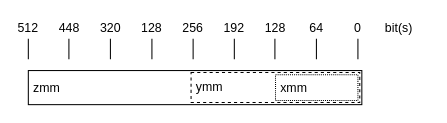
The draw.io diagram docs/assets/images/xmm-ymm-zmm.drawio in heig-tin-info/handbook, before the edit. Source tidied: cells renumbered, new cells numbered last; positions are measured from the earlier drawing's top-left corner, leaving out a move shared by most shapes. Both pictures are drawn from the tidied source at 103%, with x=0, y=0 at pixel (18, 18).
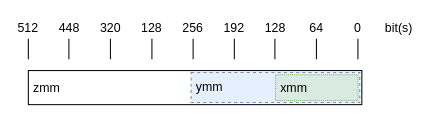
Above is the later version.

Diff of the diagram source:
```diff
@@
-    <mxCell id="2" value="zmm" style="rounded=0;whiteSpace=wrap;html=1;align=left;spacing=5.9055;" parent="1" vertex="1">
+    <mxCell id="2" value="zmm" style="rounded=0;whiteSpace=wrap;html=1;align=left;spacing=5.9055;fillColor=none;" parent="1" vertex="1">
       <mxGeometry x="10" y="51" width="323.8" height="33.1" as="geometry" />
     </mxCell>
-    <mxCell id="3" value="ymm" style="rounded=0;whiteSpace=wrap;html=1;align=left;spacing=5.9055;dashed=1;" parent="1" vertex="1">
+    <mxCell id="3" value="ymm" style="rounded=0;whiteSpace=wrap;html=1;align=left;spacing=5.9055;dashed=1;fillColor=#dae8fc;strokeColor=#6c8ebf;fillOpacity=70;" parent="1" vertex="1">
       <mxGeometry x="168" y="52.9" width="163.8" height="29.1" as="geometry" />
     </mxCell>
-    <mxCell id="4" value="xmm" style="rounded=0;whiteSpace=wrap;html=1;dashed=1;dashPattern=1 1;align=left;spacing=5.9055;" parent="1" vertex="1">
+    <mxCell id="4" value="xmm" style="rounded=0;whiteSpace=wrap;html=1;dashed=1;dashPattern=1 1;align=left;spacing=5.9055;fillColor=#d5e8d4;strokeColor=#82b366;fillOpacity=70;" parent="1" vertex="1">
       <mxGeometry x="250" y="55" width="80" height="25" as="geometry" />
     </mxCell>
```
